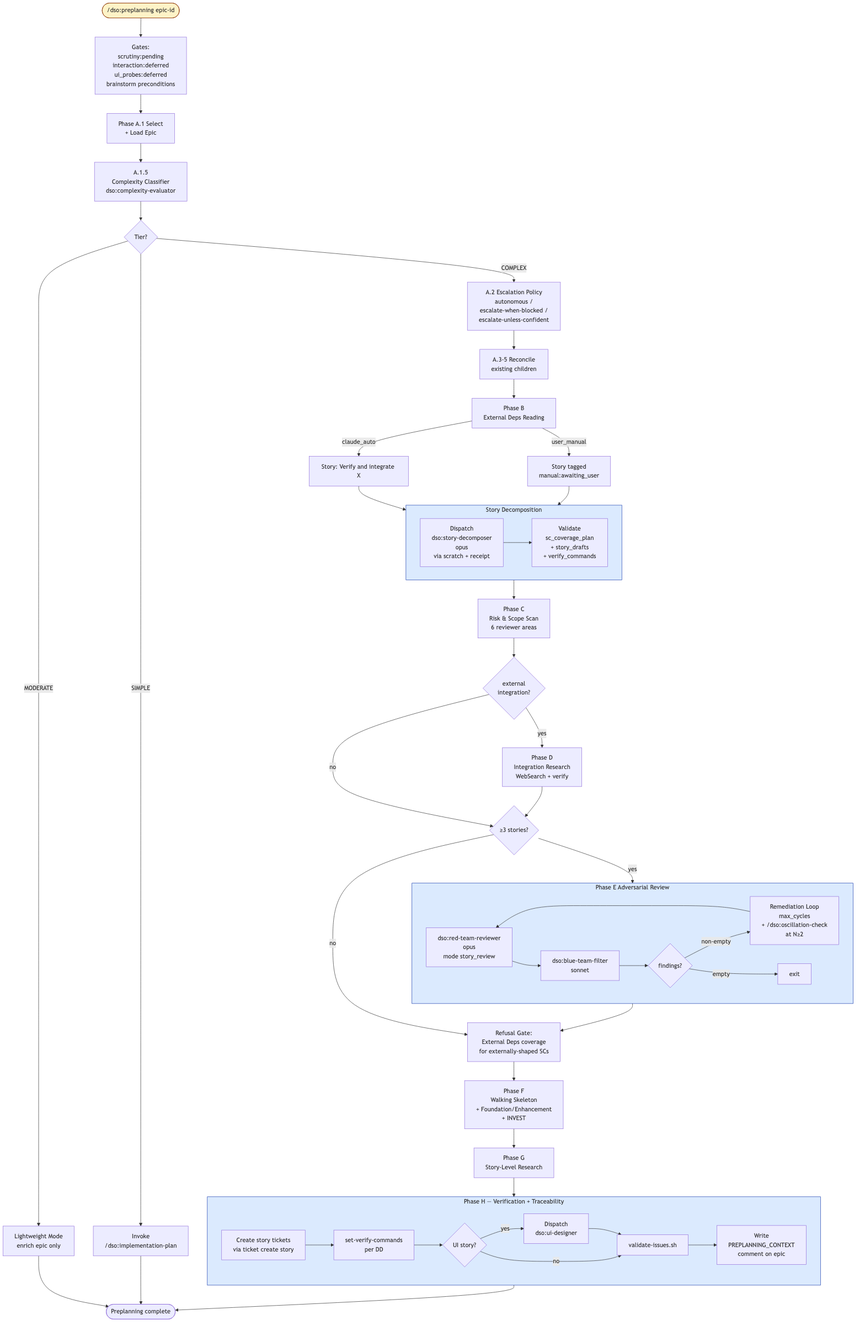
This is docs/architecture/diagrams/06-preplanning-internals.png from navapbc/digital-service-orchestra, a Mermaid export, as it was before one commit. Its source is kept beside it as docs/architecture/diagrams/06-preplanning-internals.mmd. The source it was exported from:
```mermaid
flowchart TB
  start([/dso:preplanning epic-id]):::start

  start --> gates[Gates:<br/>scrutiny:pending<br/>interaction:deferred<br/>ui_probes:deferred<br/>brainstorm preconditions]

  gates --> a1[Phase A.1 Select<br/>+ Load Epic]
  a1 --> a15[A.1.5<br/>Complexity Classifier<br/>dso:complexity-evaluator]
  a15 --> route{Tier?}
  route -->|SIMPLE| impl[Invoke<br/>/dso:implementation-plan]
  route -->|MODERATE| lightweight[Lightweight Mode<br/>enrich epic only]
  route -->|COMPLEX| a2

  a2[A.2 Escalation Policy<br/>autonomous /<br/>escalate-when-blocked /<br/>escalate-unless-confident]
  a2 --> a3[A.3-5 Reconcile<br/>existing children]
  a3 --> b[Phase B<br/>External Deps Reading]

  b -->|claude_auto| bauto[Story: Verify and integrate X]
  b -->|user_manual| bman[Story tagged<br/>manual:awaiting_user]

  bauto --> sd
  bman --> sd

  subgraph sd["Story Decomposition"]
    sd1[Dispatch<br/>dso:story-decomposer<br/>opus<br/>via scratch + receipt]
    sd2[Validate<br/>sc_coverage_plan<br/>+ story_drafts<br/>+ verify_commands]
    sd1 --> sd2
  end

  sd --> c[Phase C<br/>Risk & Scope Scan<br/>6 reviewer areas]
  c --> d{external<br/>integration?}
  d -->|yes| dres[Phase D<br/>Integration Research<br/>WebSearch + verify]
  d -->|no| e
  dres --> e

  e{≥3 stories?}
  e -->|yes| eadv[Phase E<br/>Adversarial Review]
  e -->|no| refusal

  subgraph eadv["Phase E Adversarial Review"]
    e1[dso:red-team-reviewer<br/>opus<br/>mode story_review]
    e2[dso:blue-team-filter<br/>sonnet]
    e3{findings?}
    e4[Remediation Loop<br/>max_cycles<br/>+ /dso:oscillation-check<br/>at N≥2]
    e1 --> e2 --> e3 -->|non-empty| e4
    e4 --> e1
    e3 -->|empty| eDone[exit]
  end

  eadv --> refusal
  refusal[Refusal Gate:<br/>External Deps coverage<br/>for externally-shaped SCs]
  refusal --> f[Phase F<br/>Walking Skeleton<br/>+ Foundation/Enhancement<br/>+ INVEST]
  f --> g[Phase G<br/>Story-Level Research]

  g --> h

  subgraph h["Phase H — Verification + Traceability"]
    h1[Create story tickets<br/>via ticket create story]
    h2[set-verify-commands<br/>per DD]
    h3{UI story?}
    h4[Dispatch<br/>dso:ui-designer]
    h5[validate-issues.sh]
    h6[Write<br/>PREPLANNING_CONTEXT<br/>comment on epic]
    h1 --> h2 --> h3
    h3 -->|yes| h4 --> h5
    h3 -->|no| h5
    h5 --> h6
  end

  h --> done([Preplanning complete])
  lightweight --> done
  impl --> done

  classDef start fill:#fef3c7,stroke:#92400e
  classDef phase fill:#dbeafe,stroke:#1e40af
  class eadv,sd,h phase
```
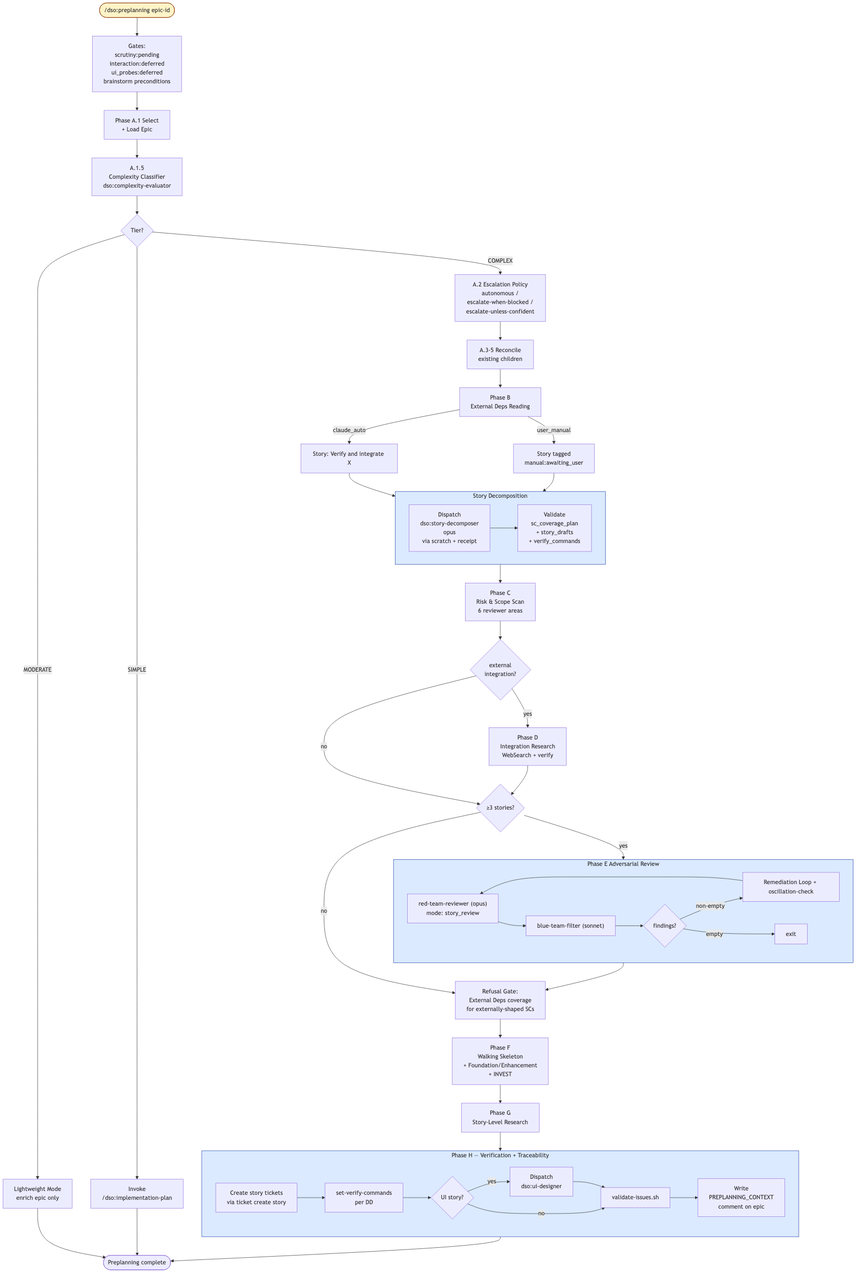
After the change.

What changed in the source:
```diff
@@ -37,13 +37,14 @@
   e -->|no| refusal
 
   subgraph eadv["Phase E Adversarial Review"]
-    e1[dso:red-team-reviewer<br/>opus<br/>mode story_review]
-    e2[dso:blue-team-filter<br/>sonnet]
+    e1["red-team-reviewer (opus)<br/>mode: story_review"]
+    e2["blue-team-filter (sonnet)"]
     e3{findings?}
-    e4[Remediation Loop<br/>max_cycles<br/>+ /dso:oscillation-check<br/>at N≥2]
-    e1 --> e2 --> e3 -->|non-empty| e4
-    e4 --> e1
-    e3 -->|empty| eDone[exit]
+    e4["Remediation Loop + oscillation-check"]
+    eDone[exit]
+    e1 --> e2 --> e3
+    e3 -->|non-empty| e4 --> e1
+    e3 -->|empty| eDone
   end
 
   eadv --> refusal
```
